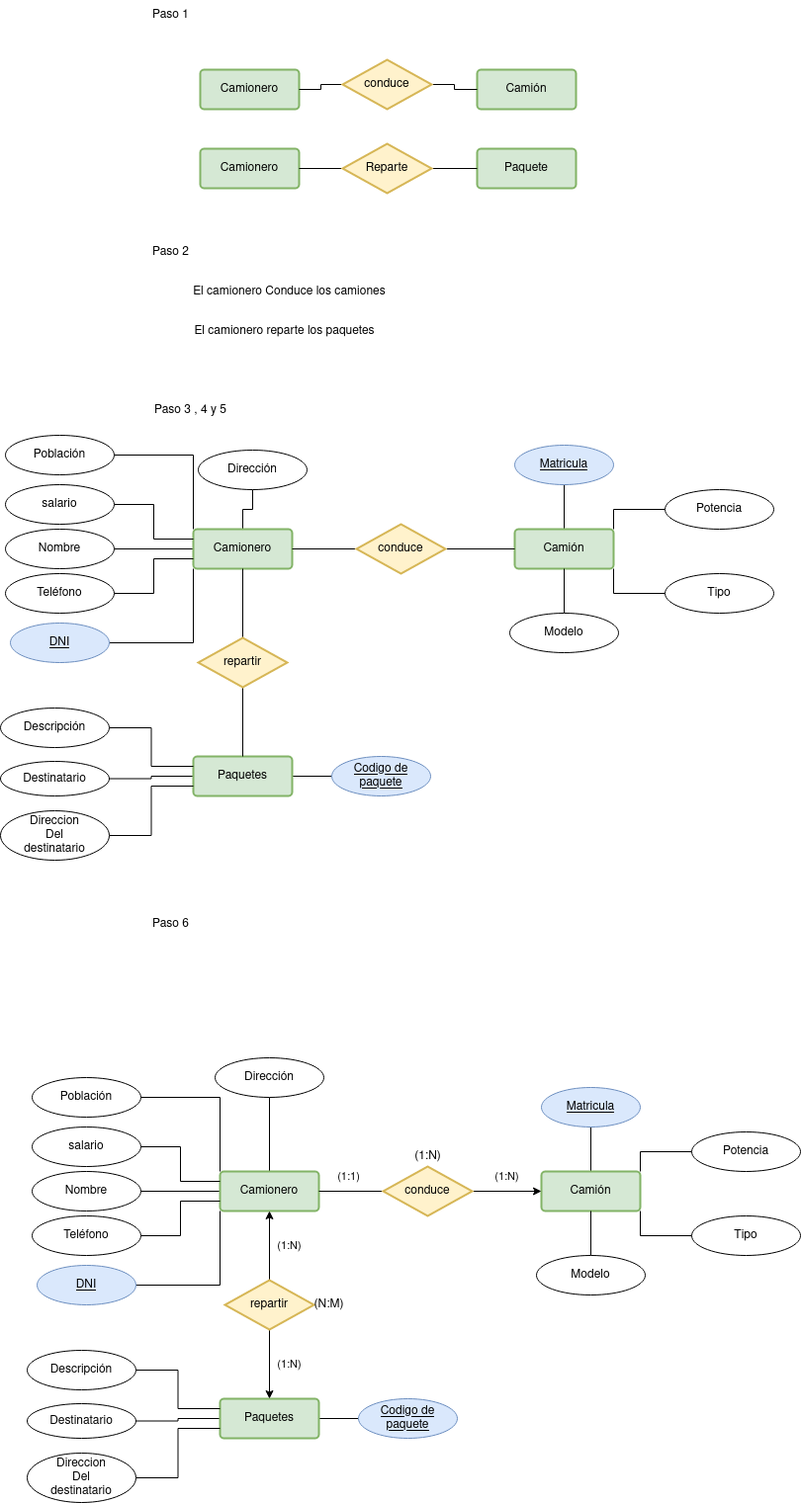
Earlier version of the draw.io export tareas base de datos/Actividades_Esquemas/Actividades_Esquemas/ejercicio_4.drawio.png (Angel-L-G/Base-Datos). Source tidied: cells renumbered, new cells last; positions are measured from the earlier drawing's top-left corner, leaving out a move shared by most shapes.
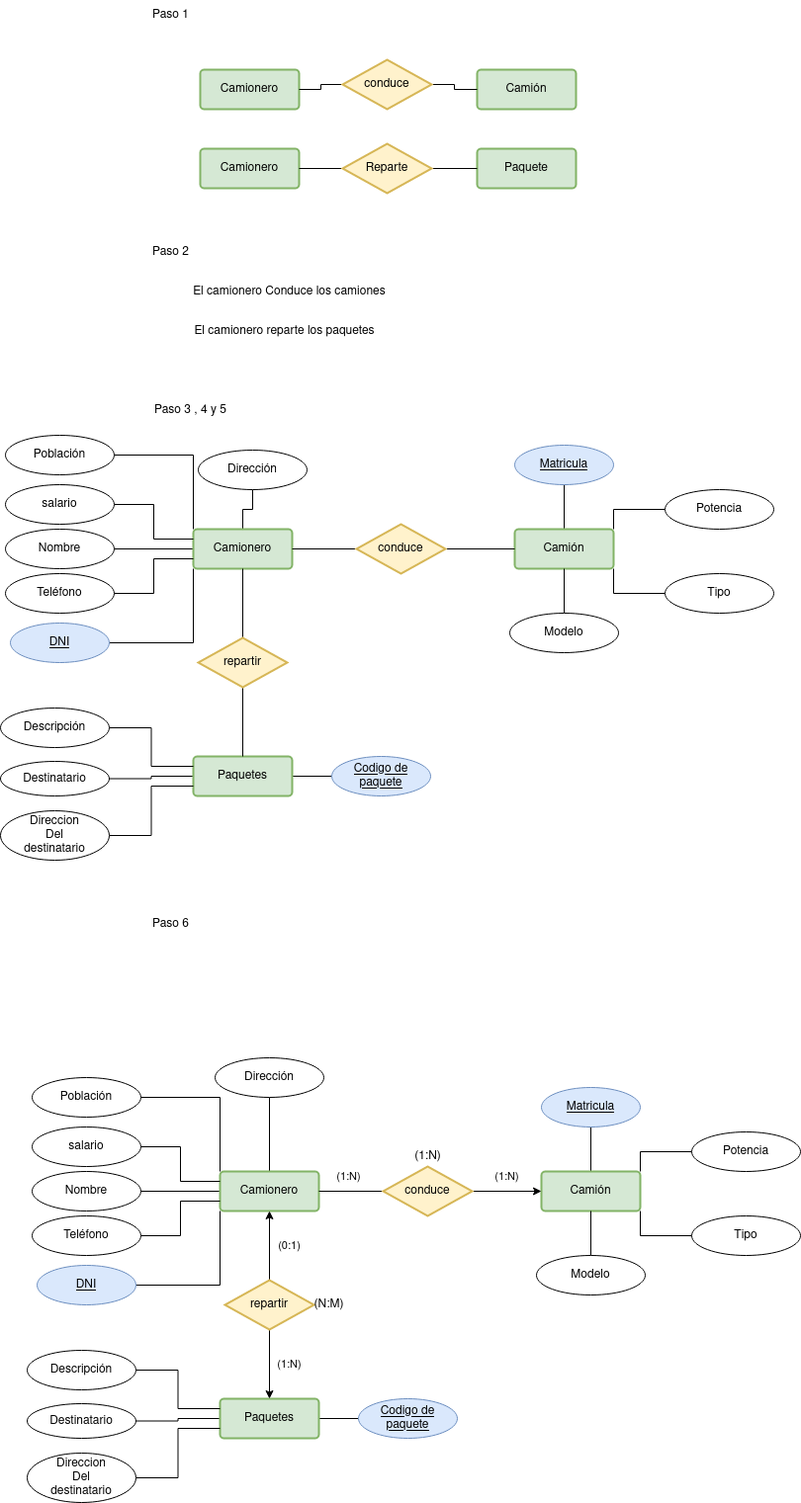
After the commit.

Change to the diagram source:
```diff
@@ -29,13 +29,13 @@
     <mxCell id="10" value="(1:N)" style="edgeStyle=orthogonalEdgeStyle;rounded=0;jettySize=auto;html=1;" parent="1" edge="1" source="12" target="7">
       <mxGeometry y="20" relative="1" as="geometry" />
     </mxCell>
-    <mxCell id="11" value="(1:N)" style="edgeStyle=orthogonalEdgeStyle;rounded=0;jettySize=auto;html=1;entryX=0.5;entryY=1;entryDx=0;entryDy=0;" parent="1" edge="1" source="12" target="4">
+    <mxCell id="11" value="(0:1)" style="edgeStyle=orthogonalEdgeStyle;rounded=0;jettySize=auto;html=1;entryX=0.5;entryY=1;entryDx=0;entryDy=0;" parent="1" edge="1" source="12" target="4">
       <mxGeometry y="-20" relative="1" as="geometry" />
     </mxCell>
     <mxCell id="12" value="repartir" style="shape=rhombus;perimeter=rhombusPerimeter;whiteSpace=wrap;html=1;align=center;strokeWidth=2;fillColor=#fff2cc;strokeColor=#d6b656;" parent="1" vertex="1">
       <mxGeometry x="227" y="1295" width="90" height="50" as="geometry" />
     </mxCell>
-    <mxCell id="13" value="(1:1)" style="edgeStyle=orthogonalEdgeStyle;rounded=0;jettySize=auto;html=1;entryX=1;entryY=0.5;entryDx=0;entryDy=0;endArrow=none;endFill=0;" parent="1" edge="1" source="15" target="4">
+    <mxCell id="13" value="(1:N)" style="edgeStyle=orthogonalEdgeStyle;rounded=0;jettySize=auto;html=1;entryX=1;entryY=0.5;entryDx=0;entryDy=0;endArrow=none;endFill=0;" parent="1" edge="1" source="15" target="4">
       <mxGeometry x="0.08" y="-15" relative="1" as="geometry" />
     </mxCell>
     <mxCell id="14" value="(1:N)" style="edgeStyle=orthogonalEdgeStyle;rounded=0;jettySize=auto;html=1;entryX=0;entryY=0.5;entryDx=0;entryDy=0;" parent="1" edge="1" source="15" target="9">
```
